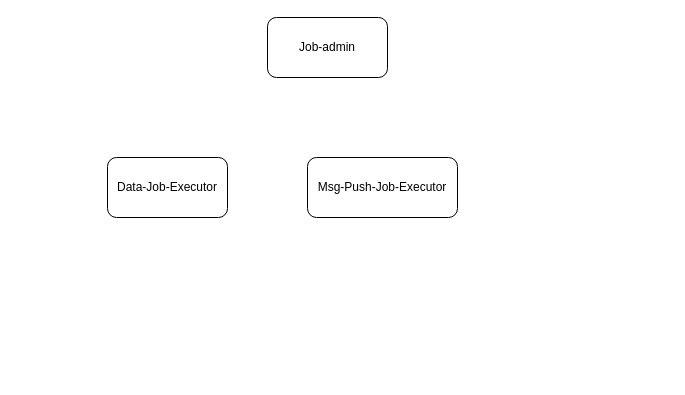
The draw.io diagram page "Page-1" (1 of 3) of Untitled Diagram.drawio in xfbxag/weijia, before the edit. Source tidied: cells renumbered, new cells numbered last; positions are measured from the earlier drawing's top-left corner, leaving out a move shared by most shapes. Both pictures are drawn from the tidied source at 100%, with x=0, y=0 at pixel (107, 17).
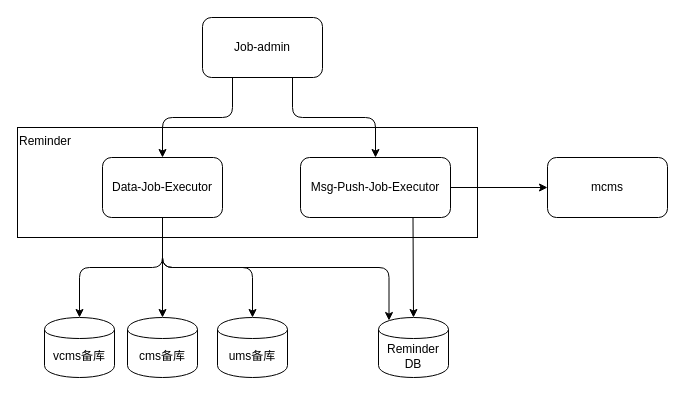
The same page after the edit.

What changed in the source:
```diff
@@
 <mxGraphModel>
   <root>
     <mxCell id="0" />
     <mxCell id="1" parent="0" />
+    <mxCell id="5" value="Reminder" style="rounded=0;whiteSpace=wrap;html=1;align=left;verticalAlign=top;" parent="1" vertex="1">
+      <mxGeometry x="-90" y="110" width="460" height="110" as="geometry" />
+    </mxCell>
     <mxCell id="2" value="Job-admin" style="rounded=1;whiteSpace=wrap;html=1;" parent="1" vertex="1">
-      <mxGeometry x="160" width="120" height="60" as="geometry" />
+      <mxGeometry x="95" width="120" height="60" as="geometry" />
     </mxCell>
     <mxCell id="3" value="Data-Job-Executor" style="rounded=1;whiteSpace=wrap;html=1;" parent="1" vertex="1">
-      <mxGeometry y="140" width="120" height="60" as="geometry" />
+      <mxGeometry x="-5" y="140" width="120" height="60" as="geometry" />
     </mxCell>
     <mxCell id="4" value="Msg-Push-Job-Executor" style="rounded=1;whiteSpace=wrap;html=1;" parent="1" vertex="1">
-      <mxGeometry x="200" y="140" width="150" height="60" as="geometry" />
+      <mxGeometry x="193" y="140" width="150" height="60" as="geometry" />
     </mxCell>
+    <mxCell id="6" value="vcms备库" style="shape=cylinder;whiteSpace=wrap;html=1;boundedLbl=1;backgroundOutline=1;" parent="1" vertex="1">
+      <mxGeometry x="-63" y="300" width="70" height="60" as="geometry" />
+    </mxCell>
+    <mxCell id="7" value="cms备库" style="shape=cylinder;whiteSpace=wrap;html=1;boundedLbl=1;backgroundOutline=1;" parent="1" vertex="1">
+      <mxGeometry x="20" y="300" width="70" height="60" as="geometry" />
+    </mxCell>
+    <mxCell id="8" value="ums备库" style="shape=cylinder;whiteSpace=wrap;html=1;boundedLbl=1;backgroundOutline=1;" parent="1" vertex="1">
+      <mxGeometry x="110" y="300" width="70" height="60" as="geometry" />
+    </mxCell>
+    <mxCell id="9" value="mcms" style="rounded=1;whiteSpace=wrap;html=1;" parent="1" vertex="1">
+      <mxGeometry x="440" y="140" width="120" height="60" as="geometry" />
+    </mxCell>
+    <mxCell id="10" value="Reminder DB" style="shape=cylinder;whiteSpace=wrap;html=1;boundedLbl=1;backgroundOutline=1;" parent="1" vertex="1">
+      <mxGeometry x="271" y="300" width="70" height="60" as="geometry" />
+    </mxCell>
+    <mxCell id="11" style="endArrow=classic;html=1;exitX=0.5;exitY=1;exitDx=0;exitDy=0;entryX=0.5;entryY=0;entryDx=0;entryDy=0;edgeStyle=orthogonalEdgeStyle;" parent="1" edge="1" source="3" target="6">
+      <mxGeometry relative="1" as="geometry" />
+    </mxCell>
+    <mxCell id="12" style="endArrow=classic;html=1;exitX=0.5;exitY=1;exitDx=0;exitDy=0;edgeStyle=orthogonalEdgeStyle;" parent="1" edge="1" source="3" target="7">
+      <mxGeometry relative="1" as="geometry" />
+    </mxCell>
+    <mxCell id="13" style="endArrow=classic;html=1;exitX=0.5;exitY=1;exitDx=0;exitDy=0;edgeStyle=orthogonalEdgeStyle;" parent="1" edge="1" source="3" target="8">
+      <mxGeometry relative="1" as="geometry" />
+    </mxCell>
+    <mxCell id="14" style="endArrow=classic;html=1;exitX=0.5;exitY=1;exitDx=0;exitDy=0;edgeStyle=orthogonalEdgeStyle;entryX=0.15;entryY=0.05;entryDx=0;entryDy=0;entryPerimeter=0;" parent="1" edge="1" source="3" target="10">
+      <mxGeometry relative="1" as="geometry" />
+    </mxCell>
+    <mxCell id="15" style="endArrow=classic;html=1;exitX=1;exitY=0.5;exitDx=0;exitDy=0;entryX=0;entryY=0.5;entryDx=0;entryDy=0;" parent="1" edge="1" source="4" target="9">
+      <mxGeometry relative="1" as="geometry" />
+    </mxCell>
+    <mxCell id="16" style="endArrow=classic;html=1;exitX=0.25;exitY=1;exitDx=0;exitDy=0;entryX=0.5;entryY=0;entryDx=0;entryDy=0;edgeStyle=orthogonalEdgeStyle;" parent="1" edge="1" source="2" target="3">
+      <mxGeometry relative="1" as="geometry" />
+    </mxCell>
+    <mxCell id="17" style="endArrow=classic;html=1;exitX=0.75;exitY=1;exitDx=0;exitDy=0;entryX=0.5;entryY=0;entryDx=0;entryDy=0;edgeStyle=orthogonalEdgeStyle;" parent="1" edge="1" source="2" target="4">
+      <mxGeometry relative="1" as="geometry" />
+    </mxCell>
+    <mxCell id="18" style="endArrow=classic;html=1;exitX=0.75;exitY=1;exitDx=0;exitDy=0;entryX=0.5;entryY=0;entryDx=0;entryDy=0;" parent="1" edge="1" source="4" target="10">
+      <mxGeometry relative="1" as="geometry" />
+    </mxCell>
   </root>
 </mxGraphModel>
```
